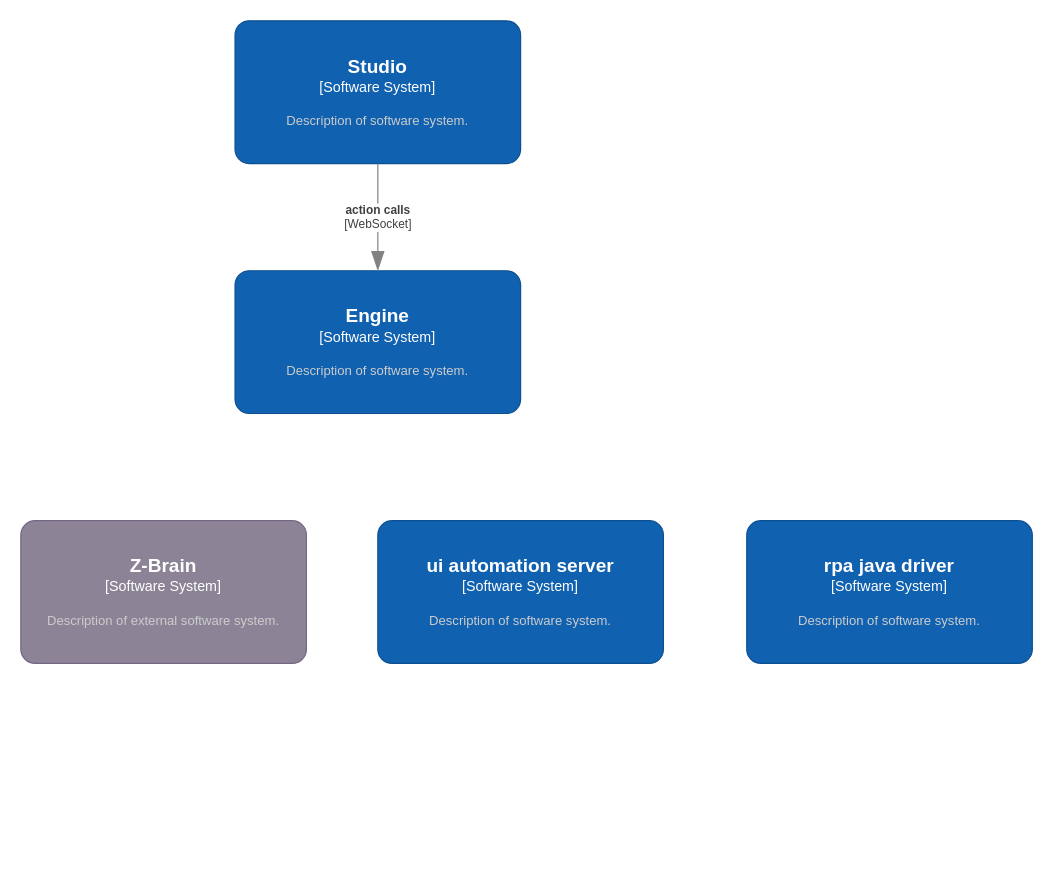
Earlier version of the draw.io diagram 信创IPA C4架构图1.0.drawio (ColonelDarcy2018/excelsior). Source tidied: cells renumbered, new cells numbered last; positions are measured from the earlier drawing's top-left corner, leaving out a move shared by most shapes. Both pictures are drawn from the tidied source at 119%, with x=0, y=0 at pixel (20, 20).
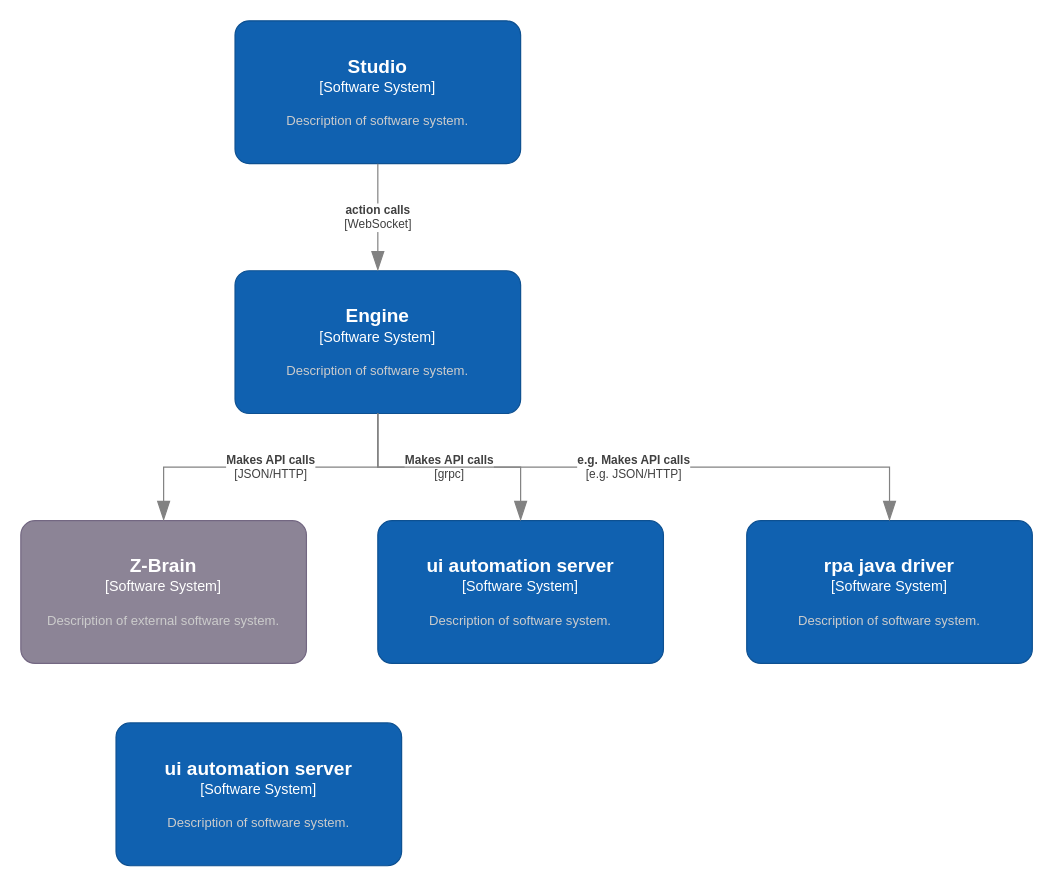
The same page after the edit.

Commit message:
更新信创IPA C4架构图1.0.drawio

Unchanged cells that the change refers to:
```xml
<object id="3" label="&lt;font style=&quot;font-size: 16px&quot;&gt;&lt;b&gt;%c4Name%&lt;/b&gt;&lt;/font&gt;&lt;div&gt;[%c4Type%]&lt;/div&gt;&lt;br&gt;&lt;div&gt;&lt;font style=&quot;font-size: 11px&quot;&gt;&lt;font color=&quot;#cccccc&quot;&gt;%c4Description%&lt;/font&gt;&lt;/div&gt;" c4Description="Description of software system." c4Name="Engine" c4Type="Software System" placeholders="1">
  <mxCell style="rounded=1;whiteSpace=wrap;html=1;labelBackgroundColor=none;fillColor=#1061B0;fontColor=#ffffff;align=center;arcSize=10;strokeColor=#0D5091;points=[[0.25,0,0],[0.5,0,0],[0.75,0,0],[1,0.25,0],[1,0.5,0],[1,0.75,0],[0.75,1,0],[0.5,1,0],[0.25,1,0],[0,0.75,0],[0,0.5,0],[0,0.25,0]];" parent="1" vertex="1">
    <mxGeometry x="180" y="210" width="240" height="120" as="geometry" />
  </mxCell>
</object>
<object id="4" label="&lt;font style=&quot;font-size: 16px&quot;&gt;&lt;b&gt;%c4Name%&lt;/b&gt;&lt;/font&gt;&lt;div&gt;[%c4Type%]&lt;/div&gt;&lt;br&gt;&lt;div&gt;&lt;font style=&quot;font-size: 11px&quot;&gt;&lt;font color=&quot;#cccccc&quot;&gt;%c4Description%&lt;/font&gt;&lt;/div&gt;" c4Description="Description of external software system." c4Name="Z-Brain" c4Type="Software System" placeholders="1">
  <mxCell style="rounded=1;whiteSpace=wrap;html=1;labelBackgroundColor=none;fillColor=#8C8496;fontColor=#ffffff;align=center;arcSize=10;strokeColor=#736782;points=[[0.25,0,0],[0.5,0,0],[0.75,0,0],[1,0.25,0],[1,0.5,0],[1,0.75,0],[0.75,1,0],[0.5,1,0],[0.25,1,0],[0,0.75,0],[0,0.5,0],[0,0.25,0]];" parent="1" vertex="1">
    <mxGeometry y="420" width="240" height="120" as="geometry" />
  </mxCell>
</object>
<object id="6" label="&lt;font style=&quot;font-size: 16px&quot;&gt;&lt;b&gt;%c4Name%&lt;/b&gt;&lt;/font&gt;&lt;div&gt;[%c4Type%]&lt;/div&gt;&lt;br&gt;&lt;div&gt;&lt;font style=&quot;font-size: 11px&quot;&gt;&lt;font color=&quot;#cccccc&quot;&gt;%c4Description%&lt;/font&gt;&lt;/div&gt;" c4Description="Description of software system." c4Name="ui automation server" c4Type="Software System" placeholders="1">
  <mxCell style="rounded=1;whiteSpace=wrap;html=1;labelBackgroundColor=none;fillColor=#1061B0;fontColor=#ffffff;align=center;arcSize=10;strokeColor=#0D5091;points=[[0.25,0,0],[0.5,0,0],[0.75,0,0],[1,0.25,0],[1,0.5,0],[1,0.75,0],[0.75,1,0],[0.5,1,0],[0.25,1,0],[0,0.75,0],[0,0.5,0],[0,0.25,0]];" parent="1" vertex="1">
    <mxGeometry x="300" y="420" width="240" height="120" as="geometry" />
  </mxCell>
</object>
<object id="7" label="&lt;font style=&quot;font-size: 16px&quot;&gt;&lt;b&gt;%c4Name%&lt;/b&gt;&lt;/font&gt;&lt;div&gt;[%c4Type%]&lt;/div&gt;&lt;br&gt;&lt;div&gt;&lt;font style=&quot;font-size: 11px&quot;&gt;&lt;font color=&quot;#cccccc&quot;&gt;%c4Description%&lt;/font&gt;&lt;/div&gt;" c4Description="Description of software system." c4Name="rpa java driver" c4Type="Software System" placeholders="1">
  <mxCell style="rounded=1;whiteSpace=wrap;html=1;labelBackgroundColor=none;fillColor=#1061B0;fontColor=#ffffff;align=center;arcSize=10;strokeColor=#0D5091;points=[[0.25,0,0],[0.5,0,0],[0.75,0,0],[1,0.25,0],[1,0.5,0],[1,0.75,0],[0.75,1,0],[0.5,1,0],[0.25,1,0],[0,0.75,0],[0,0.5,0],[0,0.25,0]];" parent="1" vertex="1">
    <mxGeometry x="610" y="420" width="240" height="120" as="geometry" />
  </mxCell>
</object>
```

Diff of the diagram source:
```diff
@@
+    <object id="8" label="&lt;font style=&quot;font-size: 16px&quot;&gt;&lt;b&gt;%c4Name%&lt;/b&gt;&lt;/font&gt;&lt;div&gt;[%c4Type%]&lt;/div&gt;&lt;br&gt;&lt;div&gt;&lt;font style=&quot;font-size: 11px&quot;&gt;&lt;font color=&quot;#cccccc&quot;&gt;%c4Description%&lt;/font&gt;&lt;/div&gt;" c4Description="Description of software system." c4Name="ui automation server" c4Type="Software System" placeholders="1">
+      <mxCell style="rounded=1;whiteSpace=wrap;html=1;labelBackgroundColor=none;fillColor=#1061B0;fontColor=#ffffff;align=center;arcSize=10;strokeColor=#0D5091;" parent="1" vertex="1">
+        <mxGeometry x="80" y="590" width="240" height="120" as="geometry" />
+      </mxCell>
+    </object>
+    <object id="9" label="&lt;div style=&quot;text-align: left&quot;&gt;&lt;div style=&quot;text-align: center&quot;&gt;&lt;b&gt;%c4Description%&lt;/b&gt;&lt;/div&gt;&lt;div style=&quot;text-align: center&quot;&gt;[%c4Technology%]&lt;/div&gt;&lt;/div&gt;" c4Description="Makes API calls" c4Technology="JSON/HTTP" placeholders="1">
+      <mxCell style="endArrow=blockThin;html=1;fontSize=10;fontColor=#404040;strokeWidth=1;endFill=1;strokeColor=#828282;elbow=vertical;endSize=14;startSize=14;jumpStyle=arc;jumpSize=16;rounded=0;edgeStyle=orthogonalEdgeStyle;entryX=0.5;entryY=0;entryDx=0;entryDy=0;entryPerimeter=0;exitX=0.5;exitY=1;exitDx=0;exitDy=0;exitPerimeter=0;" parent="1" edge="1" source="3" target="4">
+        <mxGeometry relative="1" as="geometry" />
+      </mxCell>
+    </object>
+    <object id="10" label="&lt;div style=&quot;text-align: left&quot;&gt;&lt;div style=&quot;text-align: center&quot;&gt;&lt;b&gt;%c4Description%&lt;/b&gt;&lt;/div&gt;&lt;div style=&quot;text-align: center&quot;&gt;[%c4Technology%]&lt;/div&gt;&lt;/div&gt;" c4Description="Makes API calls" c4Technology="grpc" placeholders="1">
+      <mxCell style="endArrow=blockThin;html=1;fontSize=10;fontColor=#404040;strokeWidth=1;endFill=1;strokeColor=#828282;elbow=vertical;endSize=14;startSize=14;jumpStyle=arc;jumpSize=16;rounded=0;edgeStyle=orthogonalEdgeStyle;exitX=0.5;exitY=1;exitDx=0;exitDy=0;exitPerimeter=0;" parent="1" edge="1" source="3" target="6">
+        <mxGeometry relative="1" as="geometry" />
+      </mxCell>
+    </object>
+    <object id="11" label="&lt;div style=&quot;text-align: left&quot;&gt;&lt;div style=&quot;text-align: center&quot;&gt;&lt;b&gt;%c4Description%&lt;/b&gt;&lt;/div&gt;&lt;div style=&quot;text-align: center&quot;&gt;[%c4Technology%]&lt;/div&gt;&lt;/div&gt;" c4Description="e.g. Makes API calls" c4Technology="e.g. JSON/HTTP" placeholders="1">
+      <mxCell style="endArrow=blockThin;html=1;fontSize=10;fontColor=#404040;strokeWidth=1;endFill=1;strokeColor=#828282;elbow=vertical;endSize=14;startSize=14;jumpStyle=arc;jumpSize=16;rounded=0;edgeStyle=orthogonalEdgeStyle;exitX=0.5;exitY=1;exitDx=0;exitDy=0;exitPerimeter=0;" parent="1" edge="1" source="3" target="7">
+        <mxGeometry relative="1" as="geometry" />
+      </mxCell>
+    </object>
```
